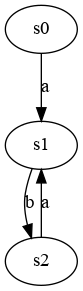
Before: Examples/Alternance/sts/AlternCompose.dot.png, a diagram exported from Graphviz (frederic-mallet/ccsl-sts). Its source is kept beside it as Examples/Alternance/sts/AlternCompose.dot. Its diagram source:
```dot
digraph AlternCompose {
  s0->s1 [
    label= "a"
  ] ;
  s1->s2 [
    label= "b"
  ] ;
  s2->s1 [
    label= "a"
  ] ;
}
```
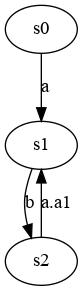
The same file after the commit.

The edit, as a diff of the source:
```diff
@@ -6,6 +6,6 @@
     label= "b"
   ] ;
   s2->s1 [
-    label= "a"
+    label= "a.a1"
   ] ;
 }
```
